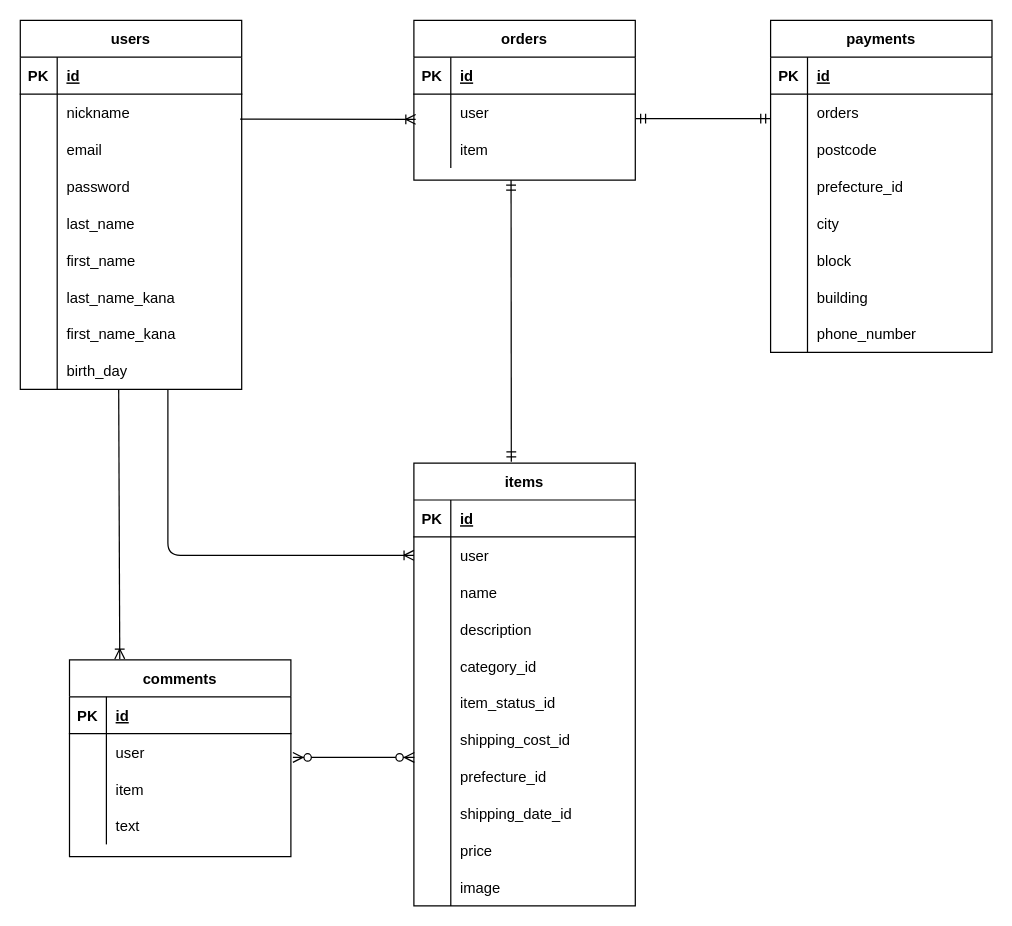
This is ER.dio from Radmusician/furima-38201, a draw.io file, before an edit. Source tidied: cells renumbered, new cells numbered last; positions are measured from the earlier drawing's top-left corner, leaving out a move shared by most shapes. Both pictures are drawn from the tidied source at 123%, with x=0, y=0 at pixel (20, 20).
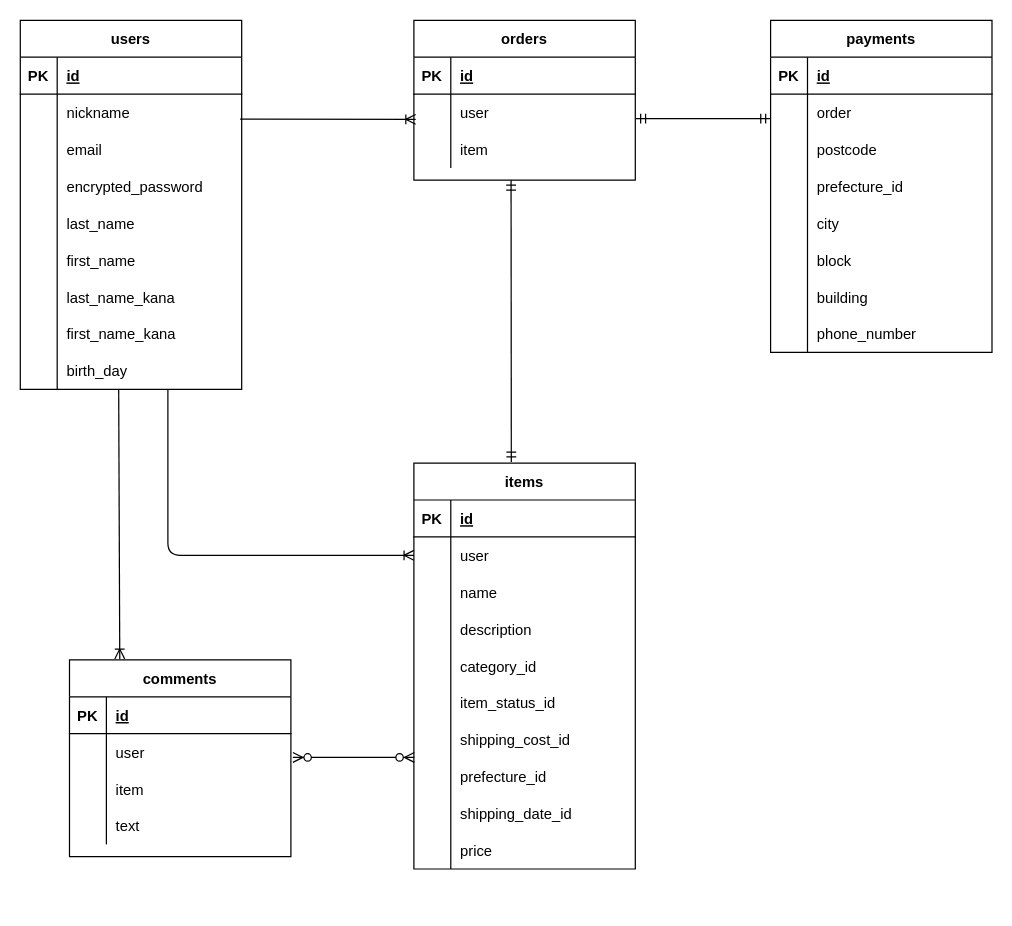
Above is the later version.

Unchanged cells that the change refers to:
```xml
<mxCell id="12" style="shape=partialRectangle;fillColor=none;top=0;left=0;bottom=0;right=0;" parent="2" vertex="1">
  <mxGeometry y="120" width="180" height="30" as="geometry" />
</mxCell>
<mxCell id="78" style="shape=partialRectangle;fillColor=none;top=0;left=0;bottom=0;right=0;" parent="74" vertex="1">
  <mxGeometry y="60" width="180" height="30" as="geometry" />
</mxCell>
```

Change to the diagram source:
```diff
@@
-    <mxCell id="14" value="password" style="shape=partialRectangle;fillColor=none;top=0;left=0;bottom=0;right=0;align=left;spacingLeft=6;overflow=hidden;" parent="12" vertex="1">
+    <mxCell id="14" value="encrypted_password" style="shape=partialRectangle;fillColor=none;top=0;left=0;bottom=0;right=0;align=left;spacingLeft=6;overflow=hidden;" parent="12" vertex="1">
       <mxGeometry x="30" width="150" height="30" as="geometry" />
     </mxCell>
@@
     <mxCell id="30" value="items" style="shape=table;startSize=30;childLayout=tableLayout;rowLines=0;fontStyle=1;align=center;" parent="1" vertex="1">
-      <mxGeometry x="320" y="360" width="180" height="360" as="geometry" />
+      <mxGeometry x="320" y="360" width="180" height="330" as="geometry" />
     </mxCell>
@@
-    <mxCell id="61" style="shape=partialRectangle;fillColor=none;top=0;left=0;bottom=0;right=0;" parent="30" vertex="1">
-      <mxGeometry y="330" width="180" height="30" as="geometry" />
-    </mxCell>
-    <mxCell id="62" style="shape=partialRectangle;fillColor=none;top=0;left=0;bottom=0;right=0;overflow=hidden;" parent="61" vertex="1">
-      <mxGeometry width="30" height="30" as="geometry" />
-    </mxCell>
-    <mxCell id="63" value="image" style="shape=partialRectangle;fillColor=none;top=0;left=0;bottom=0;right=0;align=left;spacingLeft=6;overflow=hidden;" parent="61" vertex="1">
-      <mxGeometry x="30" width="150" height="30" as="geometry" />
-    </mxCell>
@@
-    <mxCell id="80" value="orders" style="shape=partialRectangle;fillColor=none;top=0;left=0;bottom=0;right=0;align=left;spacingLeft=6;overflow=hidden;" parent="78" vertex="1">
+    <mxCell id="80" value="order" style="shape=partialRectangle;fillColor=none;top=0;left=0;bottom=0;right=0;align=left;spacingLeft=6;overflow=hidden;" parent="78" vertex="1">
       <mxGeometry x="30" width="150" height="30" as="geometry" />
     </mxCell>
```
